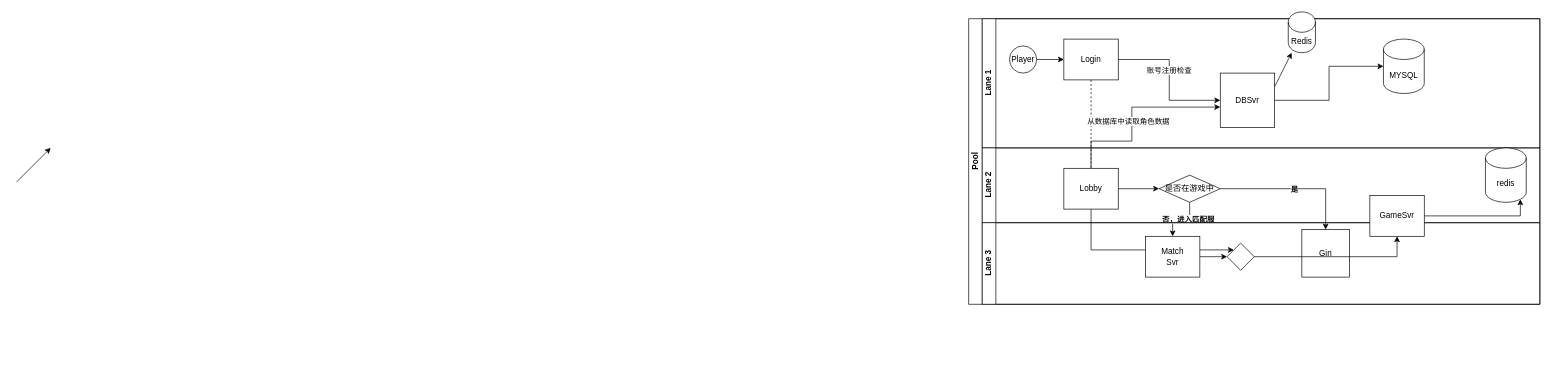
This is Untitled Diagram.drawio from bactq/cmder, a draw.io file, before an edit. Source tidied: cells renumbered, new cells numbered last; positions are measured from the earlier drawing's top-left corner, leaving out a move shared by most shapes. Both pictures are drawn from the tidied source at 68%, with x=0, y=0 at pixel (16, 12).
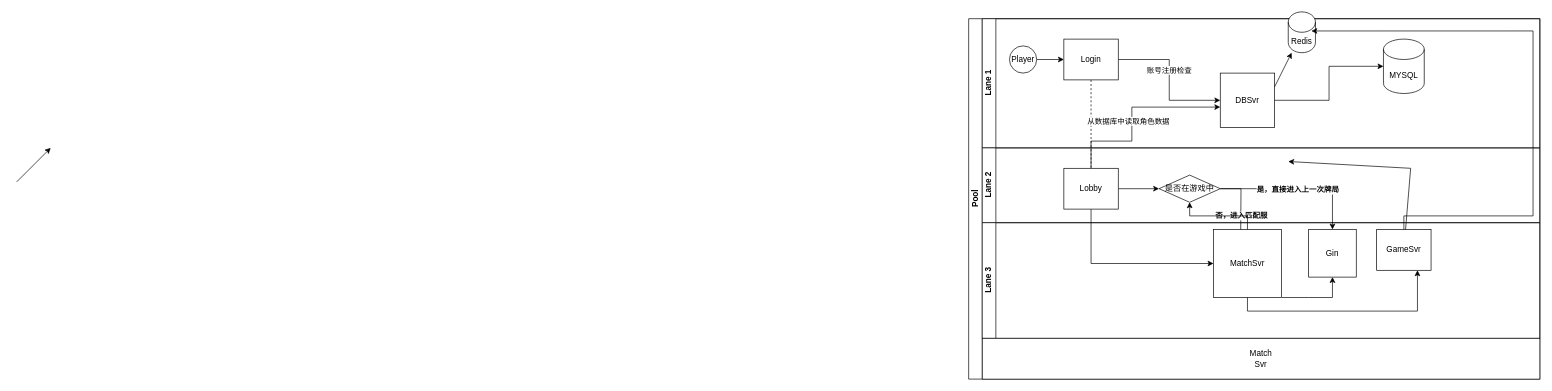
After the change.

The change refers to these unchanged cells:
```xml
<mxCell id="14" value="Redis" style="shape=cylinder3;whiteSpace=wrap;html=1;boundedLbl=1;backgroundOutline=1;size=15;" parent="7" vertex="1">
  <mxGeometry x="450" y="-10" width="40" height="60" as="geometry" />
</mxCell>
<mxCell id="16" value="Lane 2" style="swimlane;html=1;startSize=20;horizontal=0;" parent="2" vertex="1">
  <mxGeometry x="20" y="190" width="820" height="110" as="geometry" />
</mxCell>
<mxCell id="18" value="Lobby" style="rounded=0;whiteSpace=wrap;html=1;fontFamily=Helvetica;fontSize=12;fontColor=#000000;align=center;" parent="16" vertex="1">
  <mxGeometry x="120" y="30" width="80" height="60" as="geometry" />
</mxCell>
<mxCell id="19" value="是否在游戏中" style="rhombus;whiteSpace=wrap;html=1;fontFamily=Helvetica;fontSize=12;fontColor=#000000;align=center;" parent="16" vertex="1">
  <mxGeometry x="260" y="40" width="90" height="40" as="geometry" />
</mxCell>
<mxCell id="28" style="edgeStyle=orthogonalEdgeStyle;rounded=0;jettySize=auto;html=1;" parent="2" edge="1" source="19" target="25">
  <mxGeometry relative="1" as="geometry" />
</mxCell>
```

The edit, as a diff of the source:
```diff
@@
     <mxCell id="2" value="Pool" style="swimlane;html=1;horizontal=0;startSize=20;" parent="1" vertex="1">
-      <mxGeometry x="1400" y="10" width="840" height="420" as="geometry" />
+      <mxGeometry x="1400" y="10" width="840" height="530" as="geometry" />
     </mxCell>
@@
-    <mxCell id="4" style="edgeStyle=orthogonalEdgeStyle;rounded=0;jettySize=auto;html=1;endArrow=classic;endFill=1;" parent="2" edge="1" source="19" target="23">
-      <mxGeometry relative="1" as="geometry" />
+    <mxCell id="4" style="edgeStyle=orthogonalEdgeStyle;rounded=0;jettySize=auto;html=1;endArrow=classic;endFill=1;" parent="2" edge="1" source="19">
+      <mxGeometry relative="1" as="geometry">
+        <mxPoint x="400" y="320" as="targetPoint" />
+      </mxGeometry>
     </mxCell>
     <mxCell id="5" value="否，进入匹配服" style="edgeLabel;html=1;align=center;verticalAlign=middle;fontStyle=1;" parent="4" vertex="1">
-      <mxGeometry x="-0.25" y="-1" relative="1" as="geometry" />
+      <mxGeometry x="-0.25" y="-1" relative="1" as="geometry">
+        <mxPoint x="1" y="32" as="offset" />
+      </mxGeometry>
     </mxCell>
-    <mxCell id="6" style="edgeStyle=orthogonalEdgeStyle;rounded=0;jettySize=auto;html=1;endArrow=classic;endFill=1;" parent="2" edge="1" source="18" target="24">
+    <mxCell id="6" style="edgeStyle=orthogonalEdgeStyle;rounded=0;jettySize=auto;html=1;endArrow=classic;endFill=1;entryX=0;entryY=0.5;entryDx=0;entryDy=0;" parent="2" edge="1" source="18" target="37">
       <mxGeometry relative="1" as="geometry">
         <Array as="points">
-          <mxPoint x="180" y="340" />
-          <mxPoint x="400" y="340" />
+          <mxPoint x="180" y="360" />
         </Array>
       </mxGeometry>
     </mxCell>
@@
-    <mxCell id="20" value="redis" style="shape=cylinder3;whiteSpace=wrap;html=1;boundedLbl=1;backgroundOutline=1;size=15;" parent="16" vertex="1">
-      <mxGeometry x="740" width="60" height="80" as="geometry" />
-    </mxCell>
     <mxCell id="21" value="Lane 3" style="swimlane;html=1;startSize=20;horizontal=0;" parent="2" vertex="1">
-      <mxGeometry x="20" y="300" width="820" height="120" as="geometry" />
+      <mxGeometry x="20" y="300" width="820" height="170" as="geometry" />
     </mxCell>
-    <mxCell id="22" style="edgeStyle=orthogonalEdgeStyle;rounded=0;jettySize=auto;html=1;endArrow=classic;endFill=1;" parent="21" edge="1" source="23" target="24">
-      <mxGeometry relative="1" as="geometry" />
-    </mxCell>
-    <mxCell id="23" value="Match&lt;br&gt;Svr" style="rounded=0;whiteSpace=wrap;html=1;fontFamily=Helvetica;fontSize=12;fontColor=#000000;align=center;" parent="21" vertex="1">
-      <mxGeometry x="240" y="20" width="80" height="60" as="geometry" />
-    </mxCell>
-    <mxCell id="24" style="rhombus;whiteSpace=wrap;html=1;fontFamily=Helvetica;fontSize=12;fontColor=#000000;align=center;" parent="21" vertex="1">
-      <mxGeometry x="360" y="30" width="40" height="40" as="geometry" />
-    </mxCell>
     <mxCell id="25" value="Gin" style="whiteSpace=wrap;html=1;" parent="21" vertex="1">
-      <mxGeometry x="470" y="10" width="70" height="70" as="geometry" />
+      <mxGeometry x="480" y="10" width="70" height="70" as="geometry" />
     </mxCell>
+    <mxCell id="36" style="edgeStyle=orthogonalEdgeStyle;rounded=0;jettySize=auto;html=1;" parent="21" edge="1" source="37" target="25">
+      <mxGeometry relative="1" as="geometry">
+        <Array as="points">
+          <mxPoint x="480" y="110" />
+          <mxPoint x="480" y="110" />
+        </Array>
+      </mxGeometry>
+    </mxCell>
+    <mxCell id="37" value="MatchSvr&lt;br&gt;" style="whiteSpace=wrap;html=1;" parent="21" vertex="1">
+      <mxGeometry x="340" y="10" width="100" height="100" as="geometry" />
+    </mxCell>
+    <mxCell id="30" value="GameSvr&lt;br&gt;" style="rounded=0;whiteSpace=wrap;html=1;fontFamily=Helvetica;fontSize=12;fontColor=#000000;align=center;" parent="21" vertex="1">
+      <mxGeometry x="580" y="10" width="80" height="60" as="geometry" />
+    </mxCell>
+    <mxCell id="38" style="edgeStyle=orthogonalEdgeStyle;rounded=0;jettySize=auto;html=1;entryX=0.75;entryY=1;entryDx=0;entryDy=0;" parent="21" edge="1" source="37" target="30">
+      <mxGeometry relative="1" as="geometry">
+        <Array as="points">
+          <mxPoint x="390" y="130" />
+          <mxPoint x="640" y="130" />
+        </Array>
+      </mxGeometry>
+    </mxCell>
@@
-    <mxCell id="29" value="是" style="edgeLabel;html=1;align=center;verticalAlign=middle;fontStyle=1;" parent="28" vertex="1">
+    <mxCell id="29" value="是，直接进入上一次牌局&lt;br&gt;" style="edgeLabel;html=1;align=center;verticalAlign=middle;fontStyle=1;" parent="28" vertex="1">
       <mxGeometry y="-1" relative="1" as="geometry" />
     </mxCell>
-    <mxCell id="30" value="GameSvr&lt;br&gt;" style="rounded=0;whiteSpace=wrap;html=1;fontFamily=Helvetica;fontSize=12;fontColor=#000000;align=center;" parent="1" vertex="1">
-      <mxGeometry x="1990" y="270" width="80" height="60" as="geometry" />
-    </mxCell>
-    <mxCell id="31" style="edgeStyle=orthogonalEdgeStyle;rounded=0;jettySize=auto;html=1;endArrow=classic;endFill=1;exitX=1;exitY=0.5;exitDx=0;exitDy=0;" parent="1" edge="1" source="24" target="30">
-      <mxGeometry relative="1" as="geometry">
-        <Array as="points">
-          <mxPoint x="1820" y="360" />
-          <mxPoint x="2030" y="360" />
-        </Array>
-      </mxGeometry>
-    </mxCell>
+    <mxCell id="23" value="Match&lt;br&gt;Svr" style="rounded=0;whiteSpace=wrap;html=1;fontFamily=Helvetica;fontSize=12;fontColor=#000000;align=center;" parent="2" vertex="1">
+      <mxGeometry x="20" y="470" width="820" height="60" as="geometry" />
+    </mxCell>
-    <mxCell id="32" style="edgeStyle=orthogonalEdgeStyle;rounded=0;jettySize=auto;html=1;endArrow=classic;endFill=1;entryX=0.855;entryY=1;entryDx=0;entryDy=-4.35;entryPerimeter=0;" parent="1" edge="1" source="30" target="20">
+    <mxCell id="32" style="edgeStyle=orthogonalEdgeStyle;rounded=0;jettySize=auto;html=1;endArrow=classic;endFill=1;entryX=0.85;entryY=0.467;entryDx=0;entryDy=0;entryPerimeter=0;" parent="2" edge="1" source="30" target="14">
       <mxGeometry relative="1" as="geometry">
         <Array as="points">
-          <mxPoint x="2211" y="300" />
+          <mxPoint x="830" y="290" />
+          <mxPoint x="830" y="18" />
         </Array>
       </mxGeometry>
     </mxCell>
+    <mxCell id="39" style="edgeStyle=orthogonalEdgeStyle;rounded=0;jettySize=auto;html=1;entryX=0.5;entryY=1;entryDx=0;entryDy=0;" parent="2" edge="1" source="37" target="19">
+      <mxGeometry relative="1" as="geometry" />
+    </mxCell>
@@
+    <mxCell id="40" style="endArrow=classic;html=1;rounded=0;" parent="1" edge="1" source="30">
+      <mxGeometry relative="1" as="geometry">
+        <mxPoint x="1870" y="220" as="targetPoint" />
+        <Array as="points">
+          <mxPoint x="2050" y="230" />
+        </Array>
+      </mxGeometry>
+    </mxCell>
```
